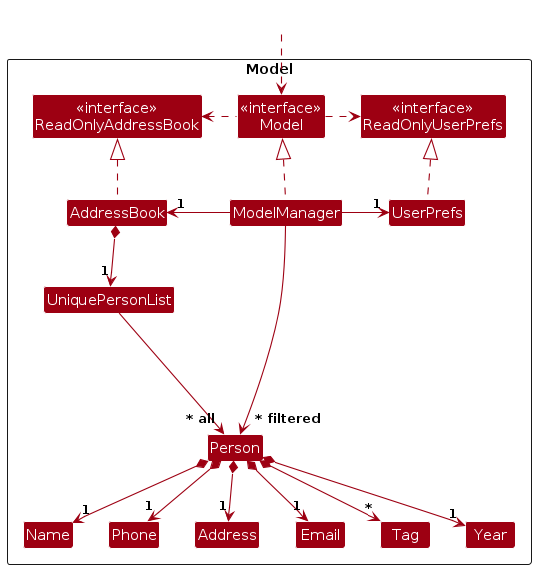
This is diagrams/ModelClassDiagram.png from AY2425S2-CS2103T-F10-3/tp, a PlantUML export, as it was before one commit. Its source is kept beside it as diagrams/ModelClassDiagram.puml.
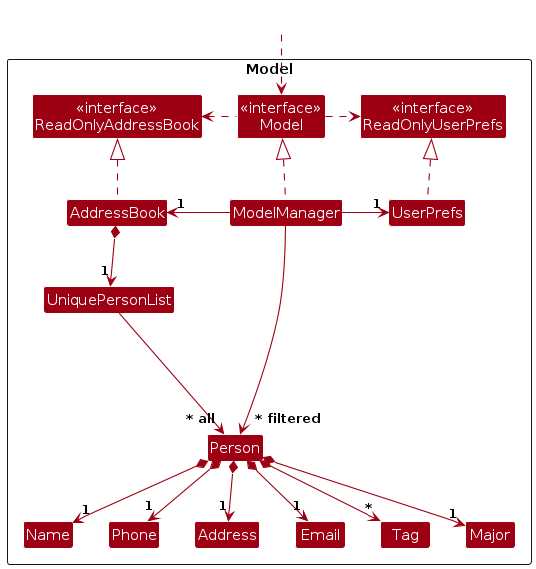
The same file after the commit.

Change to the diagram source:
```diff
@@ -19,7 +19,7 @@
 Class Name
 Class Phone
 Class Tag
-Class Year
+Class Major
 
 Class I #FFFFFF
 }
@@ -42,7 +42,7 @@
 Person *--> "1" Phone
 Person *--> "1" Email
 Person *--> "1" Address
-Person *--> "1" Year
+Person *--> "1" Major
 Person *--> "*" Tag
 
 Person -[hidden]up--> I
```
